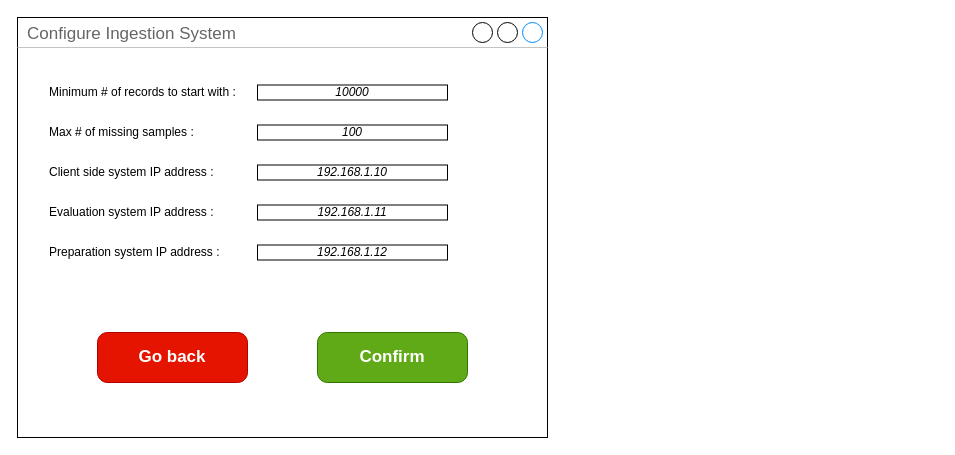
The draw.io diagram configure/Capecchi/ingestion_system(CAPE).drawio in BaffoBello14/AutomaticDamagesRecognition, before the edit. Source tidied: cells renumbered, new cells numbered last; positions are measured from the earlier drawing's top-left corner, leaving out a move shared by most shapes. Both pictures are drawn from the tidied source at 100%, with x=0, y=0 at pixel (17, 17).
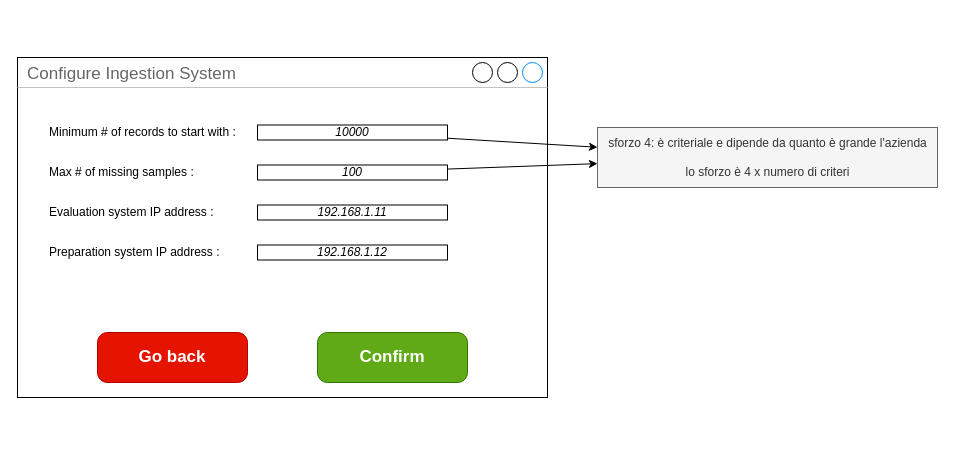
The same diagram, later.

Change to the diagram source:
```diff
@@
 <mxGraphModel>
   <root>
     <mxCell id="0" />
     <mxCell id="1" parent="0" />
     <mxCell id="2" value="Configure Ingestion System" style="strokeWidth=1;shadow=0;dashed=0;align=center;html=1;shape=mxgraph.mockup.containers.window;align=left;verticalAlign=top;spacingLeft=8;strokeColor2=#008cff;strokeColor3=#c4c4c4;fontColor=#666666;mainText=;fontSize=17;labelBackgroundColor=none;whiteSpace=wrap;" parent="1" vertex="1">
-      <mxGeometry width="530" height="420" as="geometry" />
+      <mxGeometry y="40" width="530" height="340" as="geometry" />
     </mxCell>
     <mxCell id="3" value="Confirm" style="strokeWidth=1;shadow=0;dashed=0;align=center;html=1;shape=mxgraph.mockup.buttons.button;strokeColor=#2D7600;fontColor=#ffffff;mainText=;buttonStyle=round;fontSize=17;fontStyle=1;fillColor=#60a917;whiteSpace=wrap;" parent="1" vertex="1">
       <mxGeometry x="300" y="315" width="150" height="50" as="geometry" />
     </mxCell>
     <mxCell id="4" value="Go back" style="strokeWidth=1;shadow=0;dashed=0;align=center;html=1;shape=mxgraph.mockup.buttons.button;strokeColor=#B20000;mainText=;buttonStyle=round;fontSize=17;fontStyle=1;fillColor=#e51400;whiteSpace=wrap;fontColor=#ffffff;" parent="1" vertex="1">
       <mxGeometry x="80" y="315" width="150" height="50" as="geometry" />
     </mxCell>
     <mxCell id="5" value="Minimum # of records to start with :" style="text;html=1;strokeColor=none;fillColor=none;align=left;verticalAlign=middle;whiteSpace=wrap;rounded=0;" parent="1" vertex="1">
-      <mxGeometry x="30" y="60" width="210" height="30" as="geometry" />
+      <mxGeometry x="30" y="100" width="210" height="30" as="geometry" />
     </mxCell>
+    <mxCell id="15" style="edgeStyle=none;html=1;" parent="1" edge="1" source="6" target="17">
+      <mxGeometry relative="1" as="geometry" />
+    </mxCell>
     <mxCell id="6" value="&lt;i&gt;&lt;font&gt;10000&lt;/font&gt;&lt;/i&gt;" style="rounded=0;whiteSpace=wrap;html=1;fontColor=#000000;" parent="1" vertex="1">
-      <mxGeometry x="240" y="67.5" width="190" height="15" as="geometry" />
+      <mxGeometry x="240" y="107.5" width="190" height="15" as="geometry" />
     </mxCell>
     <mxCell id="7" value="Max # of missing samples :" style="text;html=1;strokeColor=none;fillColor=none;align=left;verticalAlign=middle;whiteSpace=wrap;rounded=0;" parent="1" vertex="1">
-      <mxGeometry x="30" y="100" width="210" height="30" as="geometry" />
+      <mxGeometry x="30" y="140" width="210" height="30" as="geometry" />
     </mxCell>
+    <mxCell id="16" style="edgeStyle=none;html=1;" parent="1" edge="1" source="8" target="17">
+      <mxGeometry relative="1" as="geometry" />
+    </mxCell>
     <mxCell id="8" value="&lt;i&gt;&lt;font&gt;100&lt;/font&gt;&lt;/i&gt;" style="rounded=0;whiteSpace=wrap;html=1;fontColor=#000000;" parent="1" vertex="1">
-      <mxGeometry x="240" y="107.5" width="190" height="15" as="geometry" />
+      <mxGeometry x="240" y="147.5" width="190" height="15" as="geometry" />
     </mxCell>
-    <mxCell id="9" value="Client side system IP address :" style="text;html=1;strokeColor=none;fillColor=none;align=left;verticalAlign=middle;whiteSpace=wrap;rounded=0;" parent="1" vertex="1">
-      <mxGeometry x="30" y="140" width="210" height="30" as="geometry" />
-    </mxCell>
-    <mxCell id="10" value="&lt;i&gt;&lt;font&gt;192.168.1.10&lt;/font&gt;&lt;/i&gt;" style="rounded=0;whiteSpace=wrap;html=1;fontColor=#000000;" parent="1" vertex="1">
-      <mxGeometry x="240" y="147.5" width="190" height="15" as="geometry" />
-    </mxCell>
     <mxCell id="11" value="Evaluation system IP address :" style="text;html=1;strokeColor=none;fillColor=none;align=left;verticalAlign=middle;whiteSpace=wrap;rounded=0;" parent="1" vertex="1">
       <mxGeometry x="30" y="180" width="210" height="30" as="geometry" />
     </mxCell>
     <mxCell id="12" value="&lt;i style=&quot;border-color: var(--border-color);&quot;&gt;&lt;font style=&quot;border-color: var(--border-color);&quot;&gt;192.168.1.11&lt;/font&gt;&lt;/i&gt;" style="rounded=0;whiteSpace=wrap;html=1;fontColor=#000000;" parent="1" vertex="1">
       <mxGeometry x="240" y="187.5" width="190" height="15" as="geometry" />
     </mxCell>
     <mxCell id="13" value="Preparation system IP address :" style="text;html=1;strokeColor=none;fillColor=none;align=left;verticalAlign=middle;whiteSpace=wrap;rounded=0;" parent="1" vertex="1">
       <mxGeometry x="30" y="220" width="210" height="30" as="geometry" />
     </mxCell>
     <mxCell id="14" value="&lt;i style=&quot;border-color: var(--border-color);&quot;&gt;&lt;font style=&quot;border-color: var(--border-color);&quot;&gt;192.168.1.12&lt;/font&gt;&lt;/i&gt;" style="rounded=0;whiteSpace=wrap;html=1;fontColor=#000000;" parent="1" vertex="1">
       <mxGeometry x="240" y="227.5" width="190" height="15" as="geometry" />
     </mxCell>
+    <mxCell id="17" value="sforzo 4: è criteriale e dipende da quanto è grande l'azienda&lt;br&gt;&lt;br&gt;lo sforzo è 4 x numero di criteri" style="text;html=1;align=center;verticalAlign=middle;points=[];fillColor=#f5f5f5;fontColor=#333333;strokeColor=#666666;" parent="1" vertex="1">
+      <mxGeometry x="580" y="110" width="340" height="60" as="geometry" />
+    </mxCell>
   </root>
 </mxGraphModel>
```
